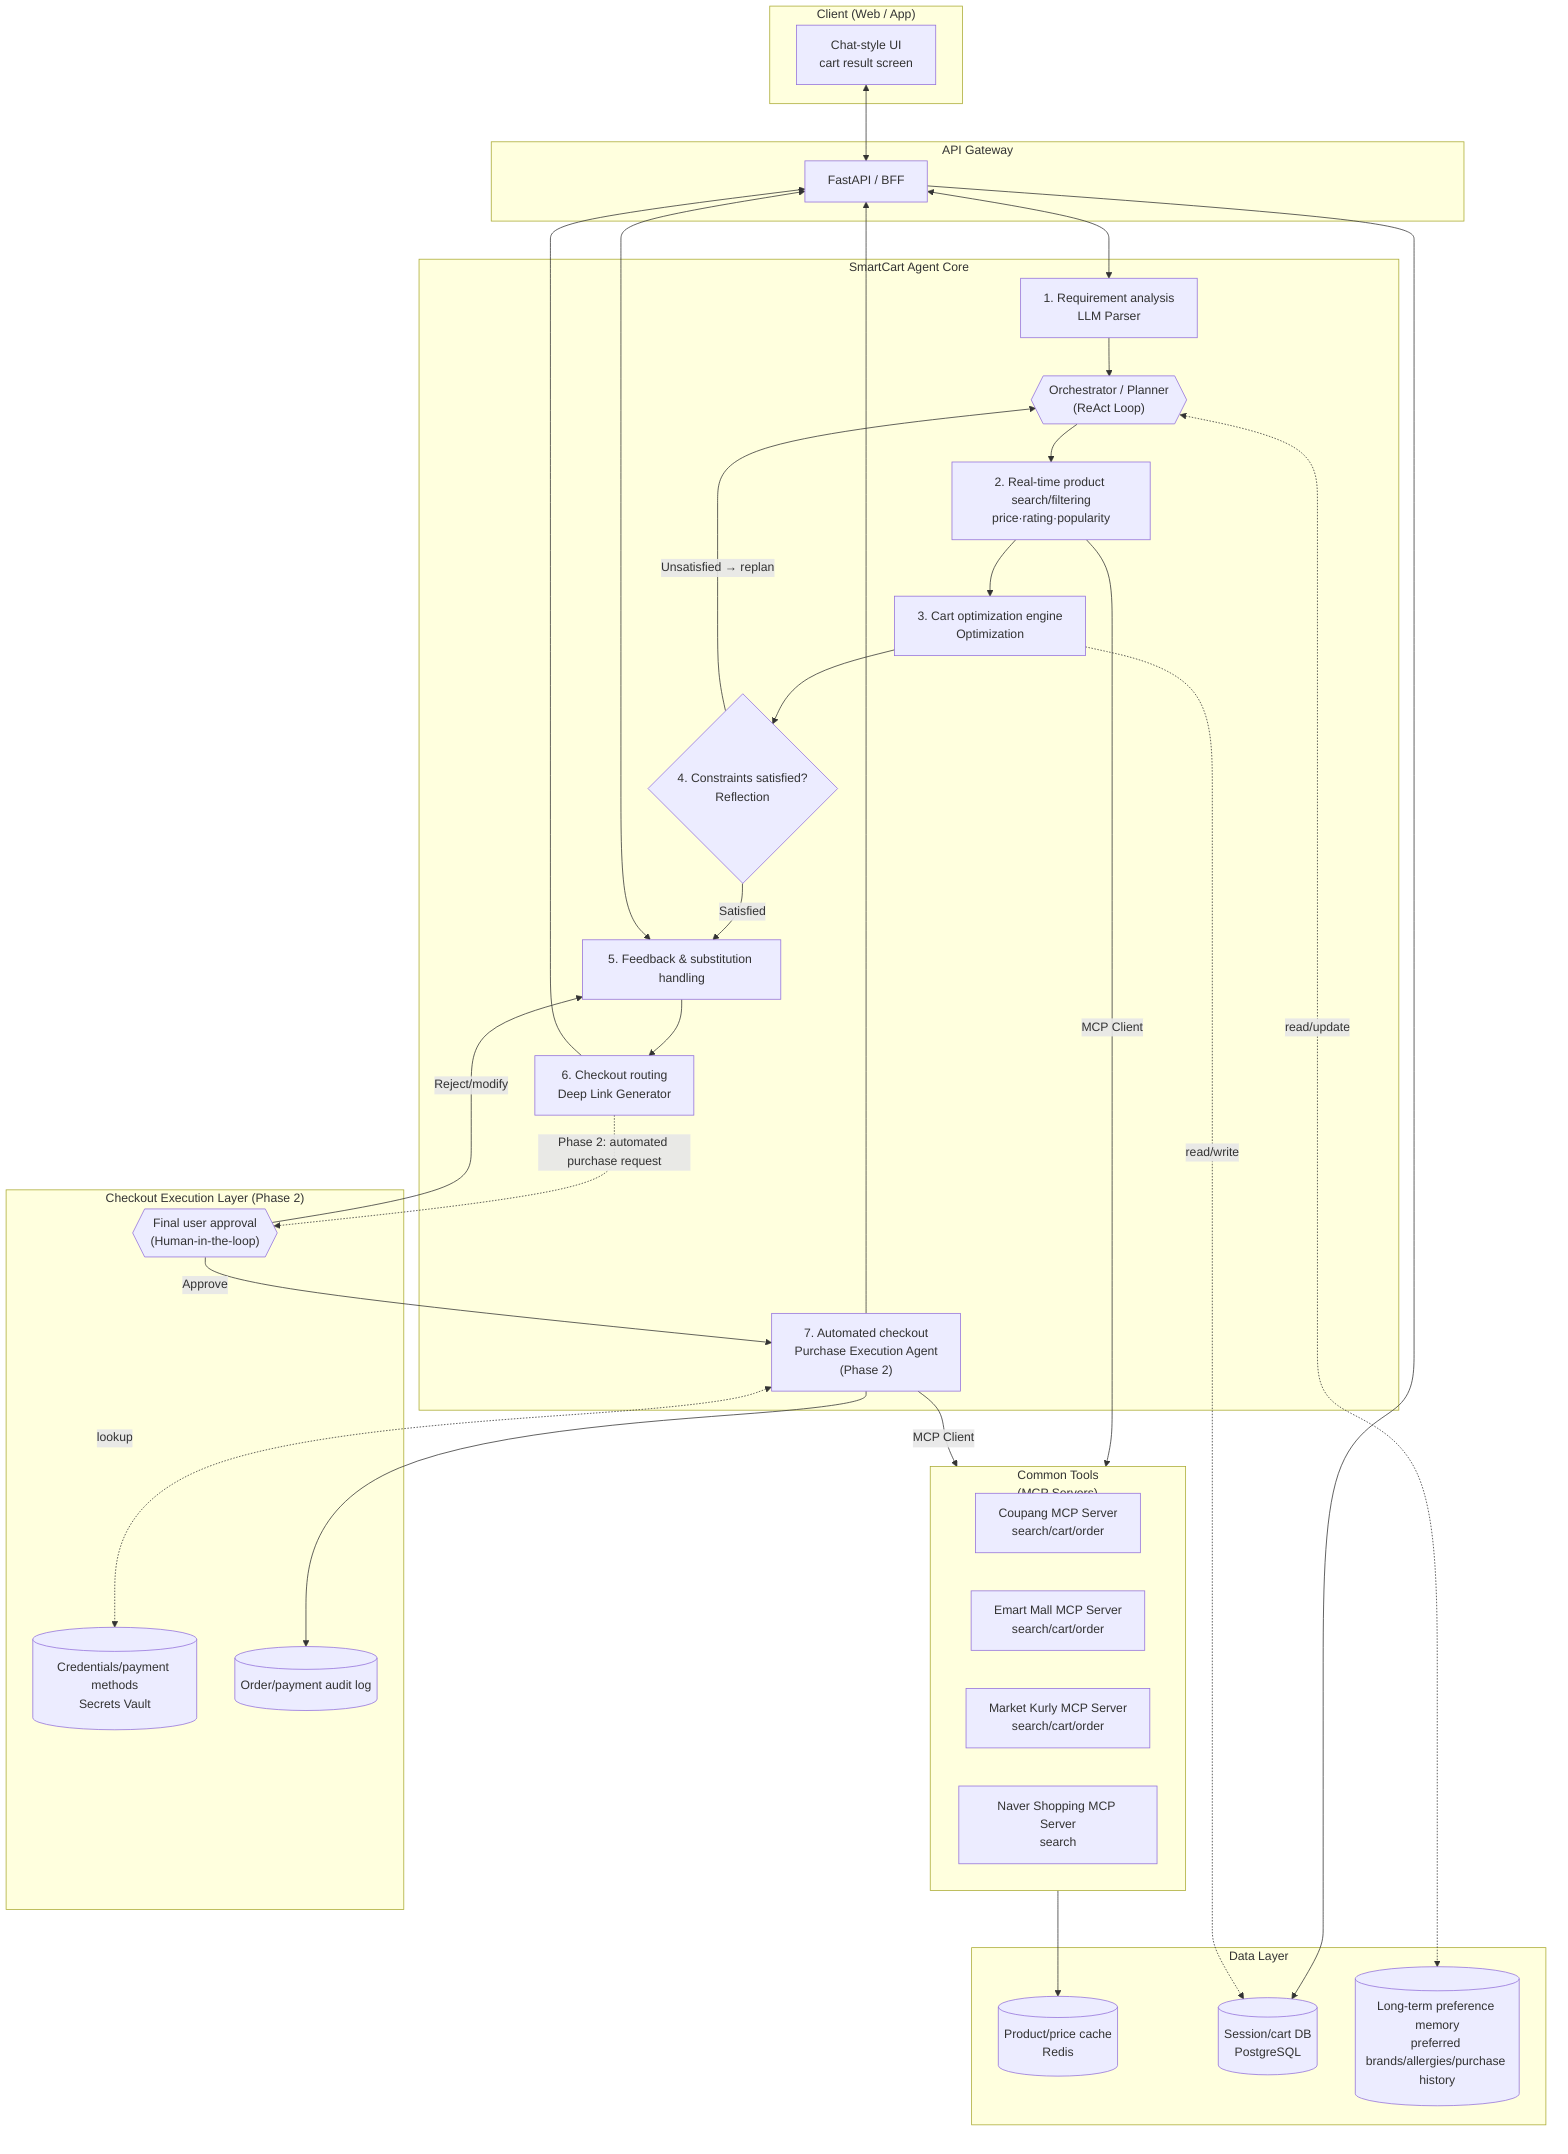
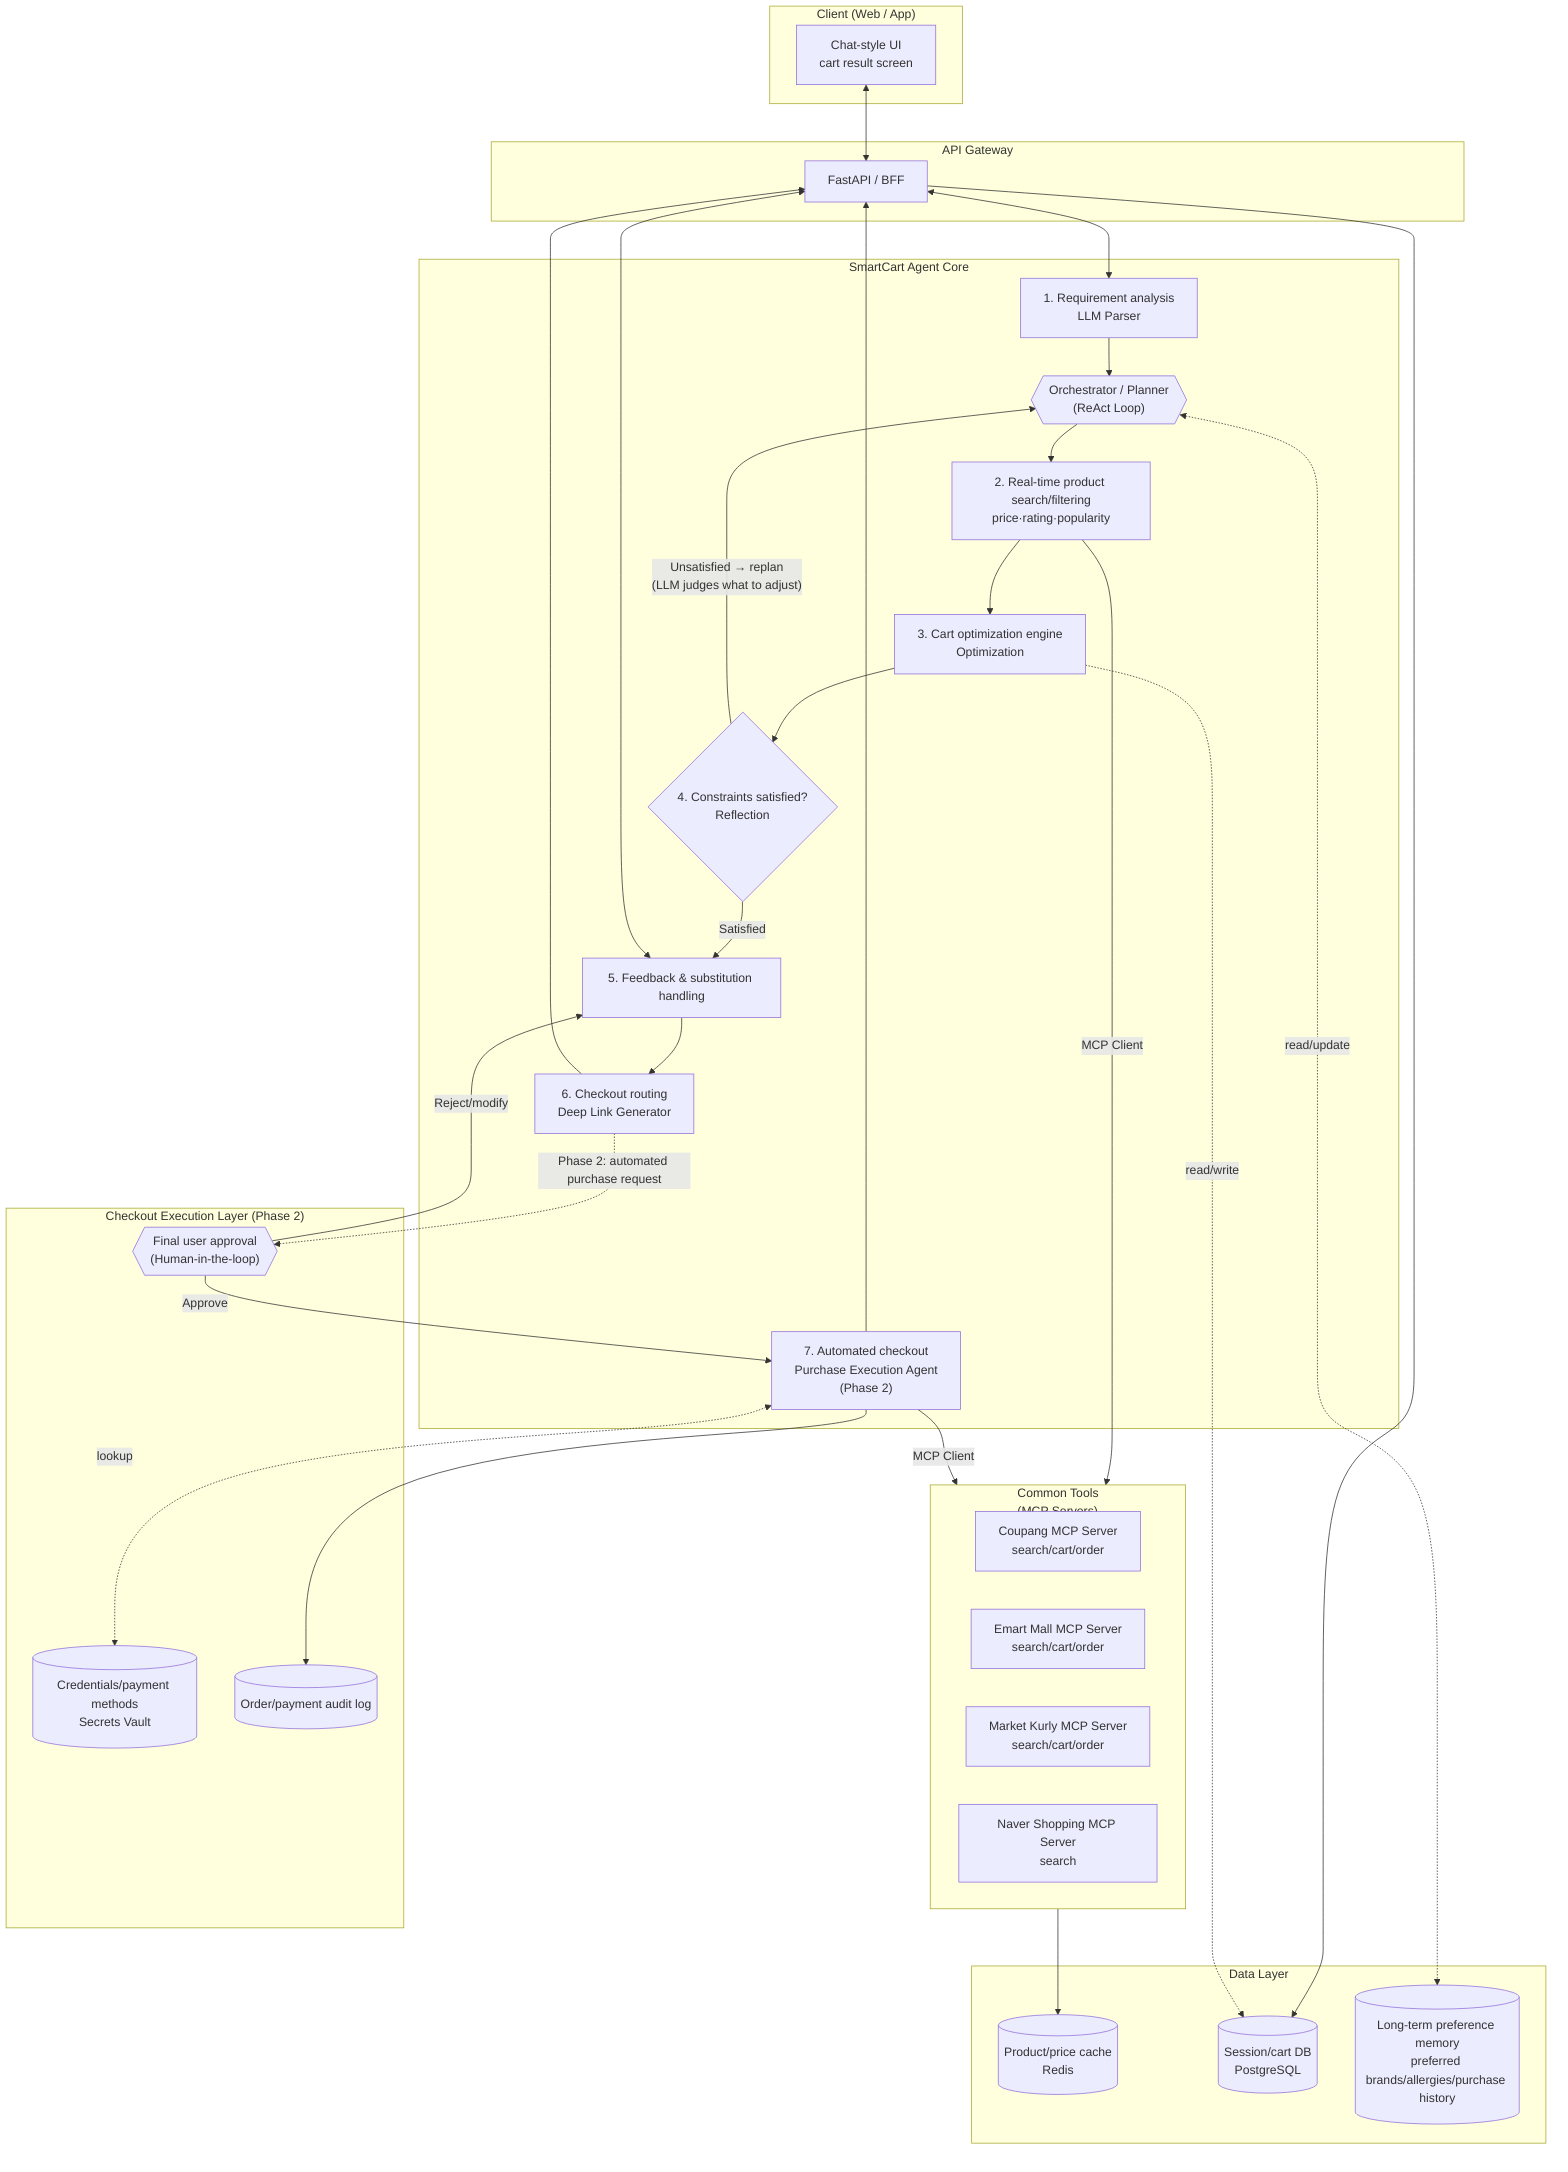
flowchart TB
    subgraph Client["Client (Web / App)"]
        UI[Chat-style UI<br/>cart result screen]
    end

    subgraph Gateway["API Gateway"]
        GW[FastAPI / BFF]
    end

    subgraph Agent["SmartCart Agent Core"]
        Parser[1. Requirement analysis<br/>LLM Parser]
        Orchestrator{{"Orchestrator / Planner<br/>(ReAct Loop)"}}
        Search[2. Real-time product search/filtering<br/>price·rating·popularity]
        Optimizer[3. Cart optimization engine<br/>Optimization]
        Reflect{4. Constraints satisfied?<br/>Reflection}
        Feedback[5. Feedback & substitution handling]
        Router[6. Checkout routing<br/>Deep Link Generator]
        Purchase["7. Automated checkout<br/>Purchase Execution Agent<br/>(Phase 2)"]
    end

    subgraph Tools["Common Tools<br/>(MCP Servers)"]
        Coupang[Coupang MCP Server<br/>search/cart/order]
        Emart[Emart Mall MCP Server<br/>search/cart/order]
        Kurly[Market Kurly MCP Server<br/>search/cart/order]
        Naver[Naver Shopping MCP Server<br/>search]
    end

    subgraph Checkout["Checkout Execution Layer (Phase 2)"]
        HITL{{"Final user approval<br/>(Human-in-the-loop)"}}
        Vault[(Credentials/payment methods<br/>Secrets Vault)]
        AuditLog[(Order/payment audit log)]
    end

    subgraph Data["Data Layer"]
        Cache[(Product/price cache<br/>Redis)]
        DB[(Session/cart DB<br/>PostgreSQL)]
        Memory[(Long-term preference memory<br/>preferred brands/allergies/purchase history)]
    end

    UI <--> GW
    GW <--> Parser
    Parser --> Orchestrator
    Orchestrator --> Search
    Search -- "MCP Client" --> Tools
    Tools --> Cache
    Search --> Optimizer
    Optimizer --> Reflect
-     Reflect -- "Unsatisfied → replan" --> Orchestrator
+     Reflect -- "Unsatisfied → replan<br/>(LLM judges what to adjust)" --> Orchestrator
    Reflect -- "Satisfied" --> Feedback
    Feedback <--> GW
    Feedback --> Router
    Router --> GW
    Router -. "Phase 2: automated purchase request" .-> HITL
    HITL -- "Approve" --> Purchase
    HITL -- "Reject/modify" --> Feedback
    Purchase -- "MCP Client" --> Tools
    Purchase <-.lookup.-> Vault
    Purchase --> AuditLog
    Purchase --> GW
    GW --> DB
    Optimizer -.read/write.-> DB
    Orchestrator <-.read/update.-> Memory
